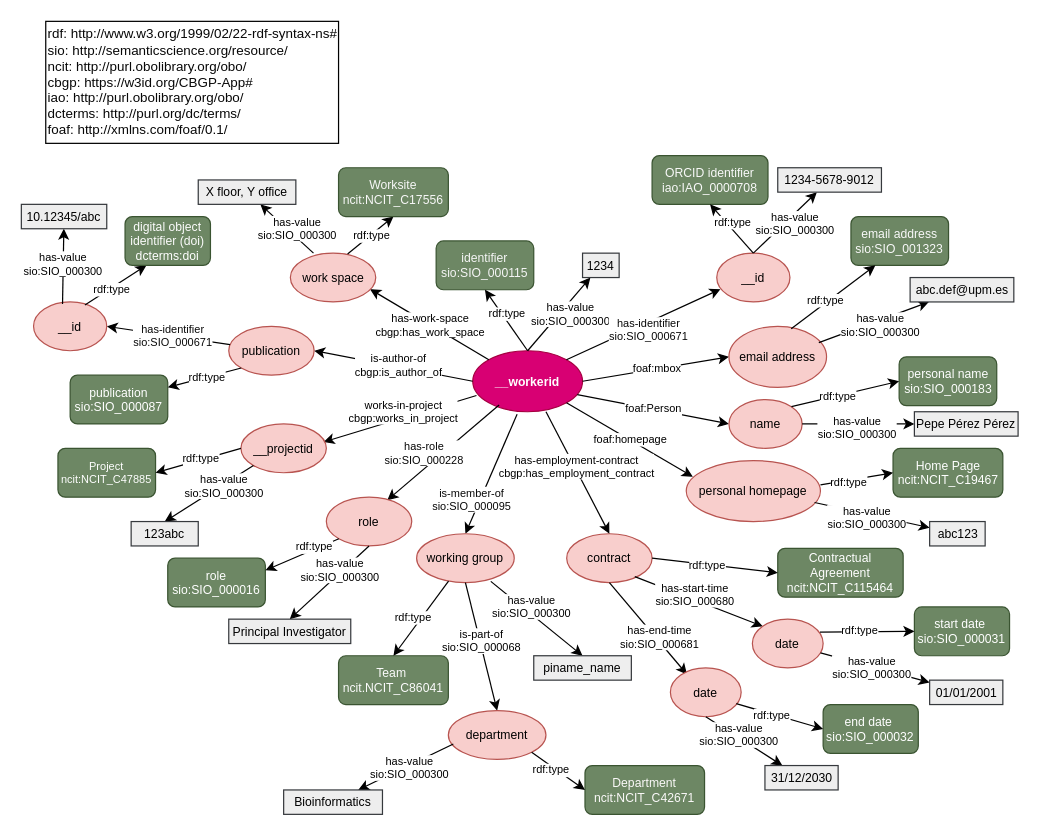
Above: SemanticModels/staff-model.drawio in CBGP-UPM-INIA-PUBLIC/CBGP-Databases (draw.io), before the change. Source tidied: cells renumbered, new cells numbered last; positions are measured from the earlier drawing's top-left corner, leaving out a move shared by most shapes. Both pictures are drawn from the tidied source at 122%, with x=0, y=0 at pixel (21, 21).
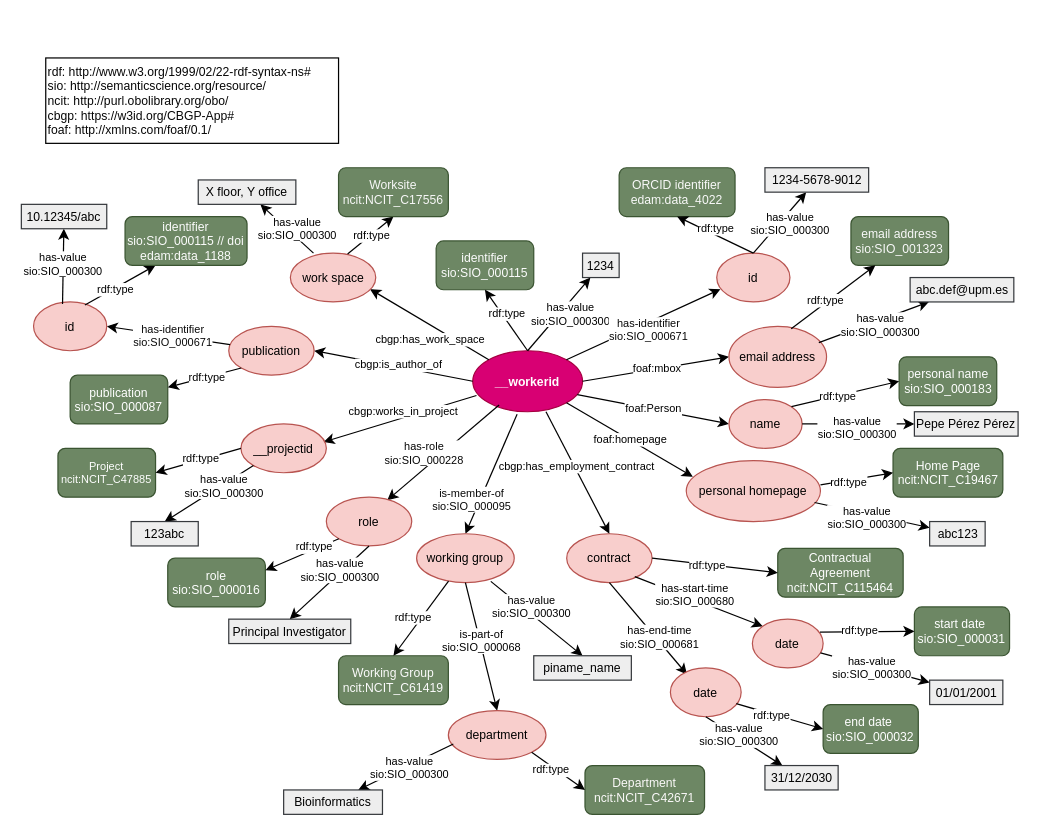
The same diagram, later.

Unchanged cells that the change refers to:
```xml
<mxCell id="49" style="endArrow=classic;html=1;rounded=0;entryX=0.5;entryY=0;entryDx=0;entryDy=0;exitX=0.667;exitY=1;exitDx=0;exitDy=0;exitPerimeter=0;" parent="1" edge="1" source="2" target="45">
  <mxGeometry relative="1" as="geometry" />
</mxCell>
<mxCell id="96" style="endArrow=classic;html=1;rounded=0;exitX=0.034;exitY=0.734;exitDx=0;exitDy=0;entryX=0.967;entryY=0.37;entryDx=0;entryDy=0;entryPerimeter=0;exitPerimeter=0;" parent="1" edge="1" source="2" target="98">
  <mxGeometry relative="1" as="geometry" />
</mxCell>
<mxCell id="99" style="endArrow=classic;html=1;rounded=0;exitX=0;exitY=0.5;exitDx=0;exitDy=0;entryX=1;entryY=0.5;entryDx=0;entryDy=0;" parent="1" edge="1" source="2" target="101">
  <mxGeometry relative="1" as="geometry" />
</mxCell>
<mxCell id="102" style="endArrow=classic;html=1;rounded=0;exitX=0;exitY=0;exitDx=0;exitDy=0;entryX=0.933;entryY=0.738;entryDx=0;entryDy=0;entryPerimeter=0;" parent="1" edge="1" source="2" target="104">
  <mxGeometry relative="1" as="geometry" />
</mxCell>
```

Change to the diagram source:
```diff
@@
-    <mxCell id="3" value="identifier&lt;div&gt;sio:&lt;span style=&quot;font-family: &amp;quot;IBM Plex Sans&amp;quot;, Helvetica, Arial, sans-serif; text-align: start; background-color: transparent;&quot;&gt;SIO_000115&lt;/span&gt;&lt;/div&gt;" style="rounded=1;whiteSpace=wrap;html=1;fillColor=#6d8764;fontColor=#F5F5F5;strokeColor=#3A5431;fontSize=10;" parent="1" vertex="1">
+    <mxCell id="3" value="&lt;div style=&quot;&quot;&gt;&lt;span style=&quot;background-color: transparent;&quot;&gt;&lt;font face=&quot;IBM Plex Sans, Helvetica, Arial, sans-serif&quot; color=&quot;#fcfcfc&quot;&gt;identifier sio:SIO_000115 &lt;br&gt;&lt;/font&gt;&lt;/span&gt;&lt;/div&gt;" style="rounded=1;whiteSpace=wrap;html=1;fillColor=#6d8764;fontColor=#F5F5F5;strokeColor=#3A5431;fontSize=10;" parent="1" vertex="1">
       <mxGeometry x="340" y="180" width="80" height="40" as="geometry" />
     </mxCell>
@@
-    <mxCell id="11" value="__id" style="ellipse;whiteSpace=wrap;html=1;fillColor=#f8cecc;strokeColor=#b85450;fontSize=10;" parent="1" vertex="1">
+    <mxCell id="11" value="id" style="ellipse;whiteSpace=wrap;html=1;fillColor=#f8cecc;strokeColor=#b85450;fontSize=10;" parent="1" vertex="1">
       <mxGeometry x="570" y="190" width="60" height="40" as="geometry" />
     </mxCell>
-    <mxCell id="12" value="ORCID identifier&lt;div&gt;iao:&lt;span style=&quot;font-family: &amp;quot;IBM Plex Sans&amp;quot;, Helvetica, Arial, sans-serif; text-align: start; background-color: transparent;&quot;&gt;IAO_0000708&lt;/span&gt;&lt;/div&gt;" style="rounded=1;whiteSpace=wrap;html=1;fillColor=#6d8764;fontColor=#F9F9F9;strokeColor=#3A5431;fontSize=10;" parent="1" vertex="1">
-      <mxGeometry x="517" y="110" width="95" height="40" as="geometry" />
+    <mxCell id="12" value="ORCID identifier&lt;div&gt;edam:data_4022&lt;/div&gt;" style="rounded=1;whiteSpace=wrap;html=1;fillColor=#6d8764;fontColor=#F9F9F9;strokeColor=#3A5431;fontSize=10;" parent="1" vertex="1">
+      <mxGeometry x="490" y="120" width="95" height="40" as="geometry" />
     </mxCell>
@@
     <mxCell id="17" value="1234-5678-9012" style="rounded=0;whiteSpace=wrap;html=1;fillColor=#eeeeee;strokeColor=#36393d;fontSize=10;" parent="1" vertex="1">
-      <mxGeometry x="620" y="120" width="85" height="20" as="geometry" />
+      <mxGeometry x="609.5" y="120" width="85" height="20" as="geometry" />
     </mxCell>
@@
-    <mxCell id="50" value="has-employment-contract&lt;div&gt;cbgp:has_employment_contract&lt;/div&gt;" style="edgeLabel;html=1;align=center;verticalAlign=middle;fontSize=9;" parent="49" vertex="1">
+    <mxCell id="50" value="&lt;div&gt;cbgp:has_employment_contract&lt;/div&gt;" style="edgeLabel;html=1;align=center;verticalAlign=middle;fontSize=9;" parent="49" vertex="1">
       <mxGeometry relative="1" as="geometry">
         <mxPoint x="-1" y="-5" as="offset" />
       </mxGeometry>
     </mxCell>
@@
-    <mxCell id="72" value="Team&amp;nbsp;&lt;div&gt;ncit.&lt;span style=&quot;font-family: &amp;quot;IBM Plex Sans&amp;quot;, Helvetica, Arial, sans-serif; text-align: start; background-color: transparent;&quot;&gt;NCIT_C86041&lt;/span&gt;&lt;/div&gt;" style="rounded=1;whiteSpace=wrap;html=1;fillColor=#6d8764;fontColor=light-dark(#FBFBFB,#171717);strokeColor=#3A5431;fontSize=10;" parent="1" vertex="1">
+    <mxCell id="72" value="&lt;span&gt;Working Group&lt;/span&gt;&lt;div&gt;&lt;span&gt;ncit:&lt;/span&gt;&lt;span style=&quot;font-family: &amp;quot;IBM Plex Sans&amp;quot;, Helvetica, Arial, sans-serif; text-align: start; background-color: transparent;&quot;&gt;NCIT_C61419&lt;/span&gt;&lt;/div&gt;" style="rounded=1;whiteSpace=wrap;html=1;fillColor=#6d8764;fontColor=light-dark(#FBFBFB,#171717);strokeColor=#3A5431;fontSize=10;" parent="1" vertex="1">
       <mxGeometry x="260" y="520" width="90" height="40" as="geometry" />
     </mxCell>
@@
-    <mxCell id="97" value="works-in-project&lt;div&gt;cbgp:works_in_project&lt;/div&gt;" style="edgeLabel;html=1;align=center;verticalAlign=middle;fontSize=9;" parent="96" vertex="1">
+    <mxCell id="97" value="&lt;div&gt;cbgp:works_in_project&lt;/div&gt;" style="edgeLabel;html=1;align=center;verticalAlign=middle;fontSize=9;" parent="96" vertex="1">
       <mxGeometry relative="1" as="geometry">
         <mxPoint x="3" y="-6" as="offset" />
       </mxGeometry>
     </mxCell>
@@
-    <mxCell id="100" value="is-author-of&lt;div&gt;cbgp:is_author_of&lt;/div&gt;" style="edgeLabel;html=1;align=center;verticalAlign=middle;fontSize=9;" parent="99" vertex="1">
+    <mxCell id="100" value="&lt;div&gt;cbgp:is_author_of&lt;/div&gt;" style="edgeLabel;html=1;align=center;verticalAlign=middle;fontSize=9;" parent="99" vertex="1">
       <mxGeometry relative="1" as="geometry">
         <mxPoint x="3" y="-1" as="offset" />
       </mxGeometry>
     </mxCell>
@@
-    <mxCell id="103" value="has-work-space&lt;div&gt;cbgp:has_work_space&lt;/div&gt;" style="edgeLabel;html=1;align=center;verticalAlign=middle;fontSize=9;" parent="102" vertex="1">
-      <mxGeometry relative="1" as="geometry" />
+    <mxCell id="103" value="&lt;div&gt;cbgp:has_work_space&lt;/div&gt;" style="edgeLabel;html=1;align=center;verticalAlign=middle;fontSize=9;" parent="102" vertex="1">
+      <mxGeometry relative="1" as="geometry">
+        <mxPoint y="12" as="offset" />
+      </mxGeometry>
     </mxCell>
@@
-    <mxCell id="113" value="__id" style="ellipse;whiteSpace=wrap;html=1;fillColor=#f8cecc;strokeColor=#b85450;fontSize=10;" parent="1" vertex="1">
+    <mxCell id="113" value="id" style="ellipse;whiteSpace=wrap;html=1;fillColor=#f8cecc;strokeColor=#b85450;fontSize=10;" parent="1" vertex="1">
       <mxGeometry x="10" y="230" width="60" height="40" as="geometry" />
     </mxCell>
@@
-    <mxCell id="116" value="&lt;font style=&quot;color: rgb(255, 255, 255);&quot;&gt;&lt;span style=&quot;font-family: &amp;quot;IBM Plex Sans&amp;quot;, Helvetica, Arial, sans-serif; text-align: start;&quot;&gt;&lt;font style=&quot;color: light-dark(rgb(252, 252, 252), rgb(202, 202, 202));&quot;&gt;digital object identifier (doi)&lt;/font&gt;&lt;/span&gt;&lt;br&gt;&lt;/font&gt;&lt;div style=&quot;color: rgb(255, 255, 255);&quot;&gt;&lt;font style=&quot;color: light-dark(rgb(255, 255, 255), rgb(237, 237, 237));&quot;&gt;dcterms:doi&lt;/font&gt;&lt;/div&gt;" style="rounded=1;whiteSpace=wrap;html=1;fillColor=#6d8764;fontColor=light-dark(#f7f7f7, #1a1a1a);strokeColor=#3A5431;fontSize=10;" parent="1" vertex="1">
-      <mxGeometry x="85" y="160" width="70" height="40" as="geometry" />
+    <mxCell id="116" value="&lt;div style=&quot;&quot;&gt;&lt;span style=&quot;background-color: transparent;&quot;&gt;&lt;font face=&quot;IBM Plex Sans, Helvetica, Arial, sans-serif&quot; color=&quot;#fcfcfc&quot;&gt;identifier sio:SIO_000115 // doi edam:data_1188&lt;/font&gt;&lt;/span&gt;&lt;/div&gt;" style="rounded=1;whiteSpace=wrap;html=1;fillColor=#6d8764;fontColor=light-dark(#f7f7f7, #1a1a1a);strokeColor=#3A5431;fontSize=10;" parent="1" vertex="1">
+      <mxGeometry x="85" y="160" width="100" height="40" as="geometry" />
     </mxCell>
@@
-    <mxCell id="129" value="&lt;font style=&quot;color: light-dark(rgb(8, 8, 8), rgb(237, 237, 237));&quot;&gt;rdf:&amp;nbsp;&lt;span style=&quot;font-family: &amp;quot;IBM Plex Sans&amp;quot;, Helvetica, Arial, sans-serif;&quot;&gt;http://www.w3.org/1999/02/22-rdf-syntax-ns#&lt;/span&gt;&lt;/font&gt;&lt;div&gt;&lt;font style=&quot;color: light-dark(rgb(8, 8, 8), rgb(237, 237, 237));&quot;&gt;sio:&amp;nbsp;&lt;span style=&quot;font-family: &amp;quot;IBM Plex Sans&amp;quot;, Helvetica, Arial, sans-serif; background-color: transparent;&quot;&gt;http://semanticscience.org/resource/&lt;/span&gt;&lt;/font&gt;&lt;/div&gt;&lt;div&gt;&lt;font style=&quot;color: light-dark(rgb(8, 8, 8), rgb(237, 237, 237));&quot;&gt;ncit:&amp;nbsp;&lt;span style=&quot;font-family: &amp;quot;IBM Plex Sans&amp;quot;, Helvetica, Arial, sans-serif; background-color: transparent;&quot;&gt;http://purl.obolibrary.org/obo/&lt;/span&gt;&lt;/font&gt;&lt;/div&gt;&lt;div&gt;&lt;font style=&quot;color: light-dark(rgb(8, 8, 8), rgb(237, 237, 237));&quot;&gt;cbgp:&amp;nbsp;&lt;span style=&quot;font-family: &amp;quot;IBM Plex Sans&amp;quot;, Helvetica, Arial, sans-serif; background-color: transparent;&quot;&gt;https://w3id.org/CBGP-App#&lt;/span&gt;&lt;/font&gt;&lt;/div&gt;&lt;div&gt;&lt;font style=&quot;color: light-dark(rgb(8, 8, 8), rgb(237, 237, 237));&quot;&gt;iao:&amp;nbsp;&lt;span style=&quot;font-family: &amp;quot;IBM Plex Sans&amp;quot;, Helvetica, Arial, sans-serif; background-color: transparent;&quot;&gt;http://purl.obolibrary.org/obo/&lt;/span&gt;&lt;/font&gt;&lt;/div&gt;&lt;div&gt;&lt;font style=&quot;color: light-dark(rgb(8, 8, 8), rgb(237, 237, 237));&quot;&gt;dcterms:&amp;nbsp;&lt;span style=&quot;font-family: &amp;quot;IBM Plex Sans&amp;quot;, Helvetica, Arial, sans-serif; background-color: transparent;&quot;&gt;http://purl.org/dc/terms/&lt;/span&gt;&lt;/font&gt;&lt;/div&gt;&lt;div&gt;&lt;font style=&quot;color: light-dark(rgb(8, 8, 8), rgb(237, 237, 237));&quot;&gt;foaf:&amp;nbsp;&lt;span style=&quot;font-family: Arial, sans-serif; background-color: rgb(255, 255, 255);&quot;&gt;http://xmlns.com/foaf/0.1&lt;/span&gt;&lt;span style=&quot;font-family: Arial, sans-serif; background-color: rgb(255, 255, 255);&quot;&gt;/&lt;/span&gt;&lt;/font&gt;&lt;/div&gt;" style="text;html=1;align=left;verticalAlign=middle;whiteSpace=wrap;rounded=0;fontSize=11;strokeColor=default;" parent="1" vertex="1">
-      <mxGeometry x="20" width="240" height="100" as="geometry" />
+    <mxCell id="129" value="&lt;font style=&quot;color: light-dark(rgb(8, 8, 8), rgb(237, 237, 237));&quot;&gt;rdf:&amp;nbsp;&lt;span style=&quot;font-family: &amp;quot;IBM Plex Sans&amp;quot;, Helvetica, Arial, sans-serif;&quot;&gt;http://www.w3.org/1999/02/22-rdf-syntax-ns#&lt;/span&gt;&lt;/font&gt;&lt;div&gt;&lt;font style=&quot;color: light-dark(rgb(8, 8, 8), rgb(237, 237, 237));&quot;&gt;sio:&amp;nbsp;&lt;span style=&quot;font-family: &amp;quot;IBM Plex Sans&amp;quot;, Helvetica, Arial, sans-serif; background-color: transparent;&quot;&gt;http://semanticscience.org/resource/&lt;/span&gt;&lt;/font&gt;&lt;/div&gt;&lt;div&gt;&lt;font style=&quot;color: light-dark(rgb(8, 8, 8), rgb(237, 237, 237));&quot;&gt;ncit:&amp;nbsp;&lt;span style=&quot;font-family: &amp;quot;IBM Plex Sans&amp;quot;, Helvetica, Arial, sans-serif; background-color: transparent;&quot;&gt;http://purl.obolibrary.org/obo/&lt;/span&gt;&lt;/font&gt;&lt;/div&gt;&lt;div&gt;&lt;font style=&quot;color: light-dark(rgb(8, 8, 8), rgb(237, 237, 237));&quot;&gt;cbgp:&amp;nbsp;&lt;span style=&quot;font-family: &amp;quot;IBM Plex Sans&amp;quot;, Helvetica, Arial, sans-serif; background-color: transparent;&quot;&gt;https://w3id.org/CBGP-App#&lt;/span&gt;&lt;/font&gt;&lt;/div&gt;&lt;div&gt;&lt;font style=&quot;color: light-dark(rgb(8, 8, 8), rgb(237, 237, 237));&quot;&gt;foaf:&amp;nbsp;&lt;span style=&quot;font-family: Arial, sans-serif; background-color: rgb(255, 255, 255);&quot;&gt;http://xmlns.com/foaf/0.1&lt;/span&gt;&lt;span style=&quot;font-family: Arial, sans-serif; background-color: rgb(255, 255, 255);&quot;&gt;/&lt;/span&gt;&lt;/font&gt;&lt;/div&gt;" style="text;html=1;align=left;verticalAlign=middle;whiteSpace=wrap;rounded=0;fontSize=10;strokeColor=default;fillColor=default;" parent="1" vertex="1">
+      <mxGeometry x="20" y="30" width="240" height="70" as="geometry" />
     </mxCell>
```
